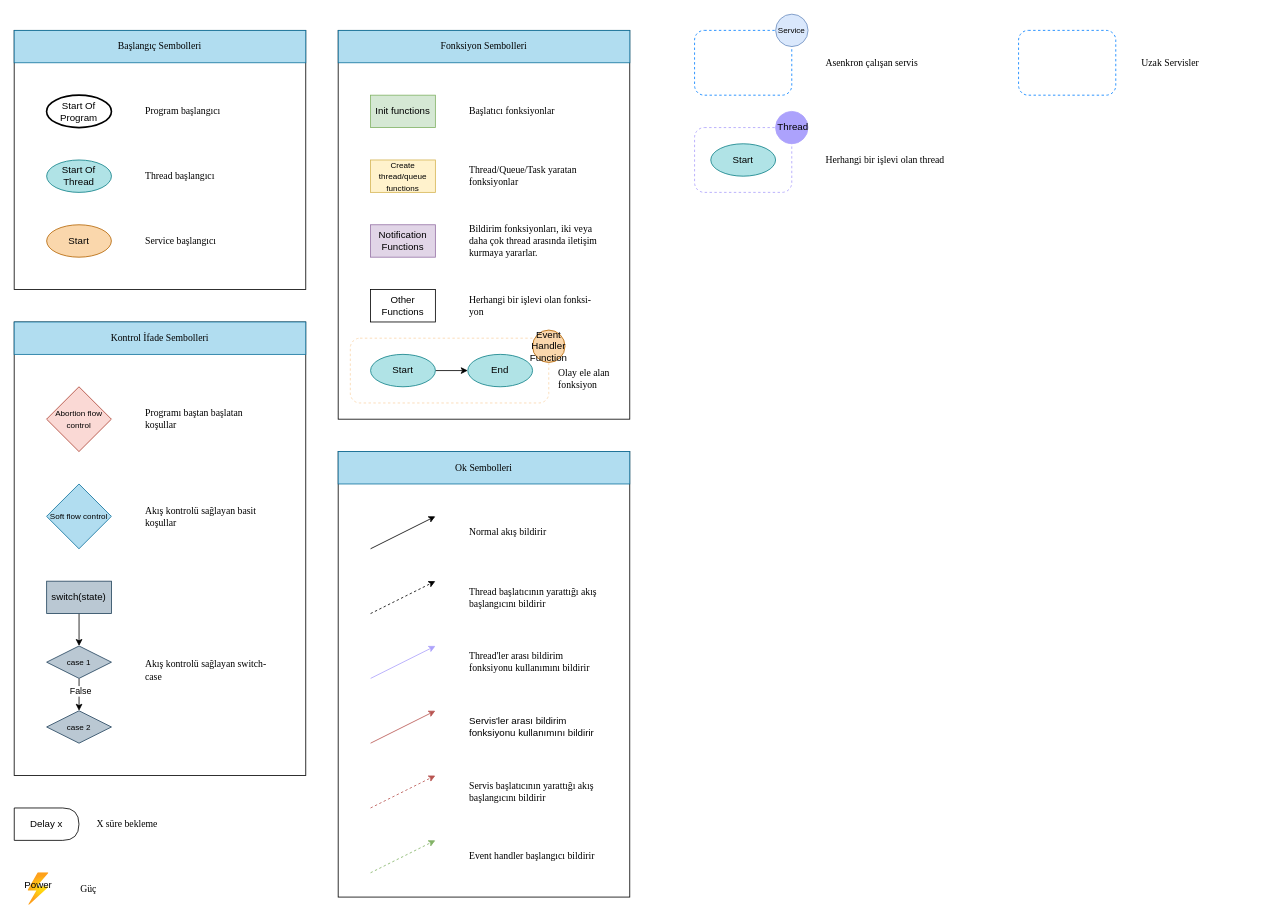
This is flow_chart_symbols.drawio from Mona-Roza/car_tracking, a draw.io file, before an edit. Source tidied: cells renumbered, new cells numbered last; positions are measured from the earlier drawing's top-left corner, leaving out a move shared by most shapes. Both pictures are drawn from the tidied source at 81%, with x=0, y=0 at pixel (14, 14).
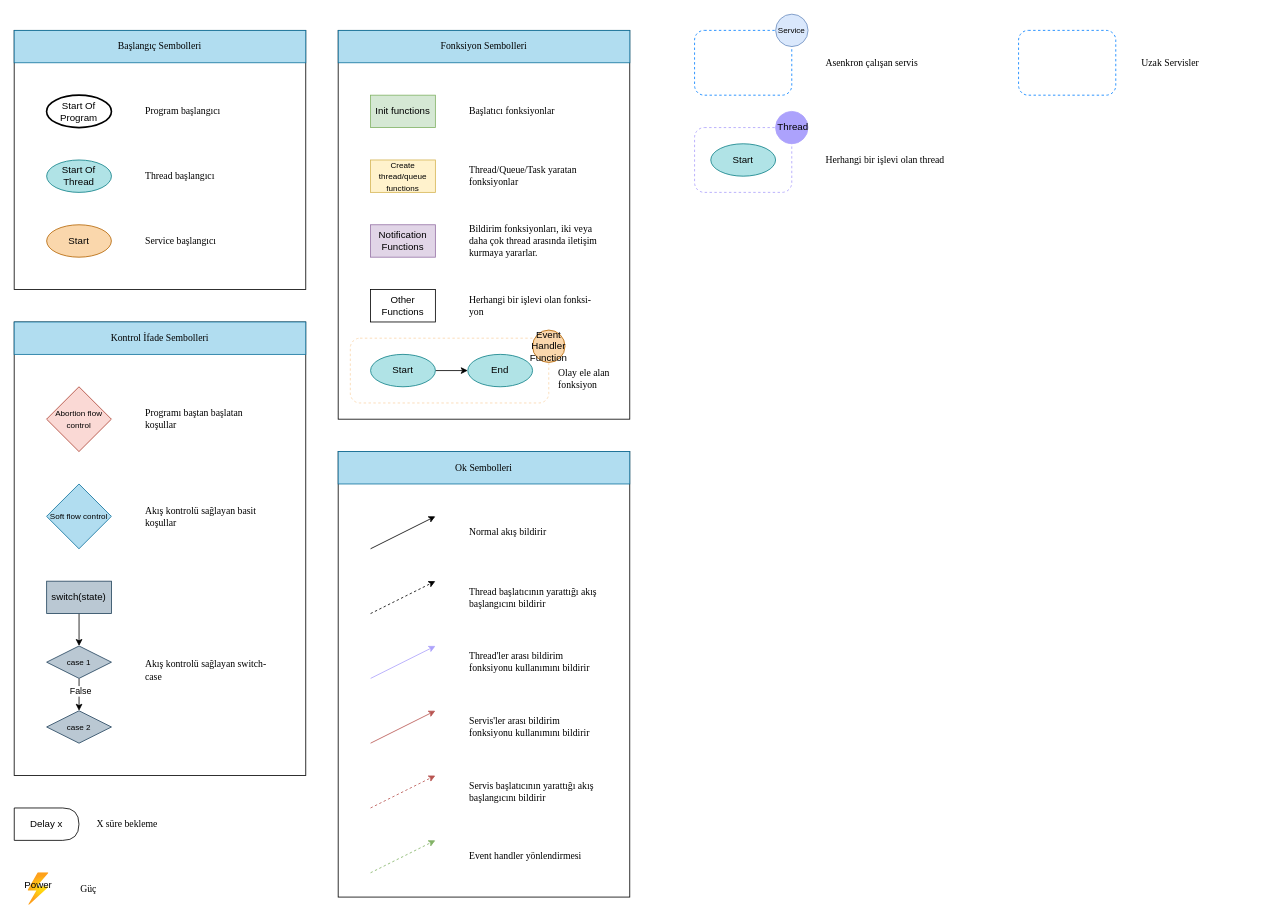
The same diagram, later.

Change to the diagram source:
```diff
@@
-    <mxCell id="50" value="Servis'ler arası bildirim fonksiyonu kullanımını bildirir" style="text;html=1;strokeColor=none;fillColor=none;align=left;verticalAlign=middle;whiteSpace=wrap;rounded=0;" parent="1" vertex="1">
+    <mxCell id="50" value="&lt;font face=&quot;Times New Roman&quot;&gt;Servis'ler arası bildirim fonksiyonu kullanımını bildirir&lt;/font&gt;" style="text;html=1;strokeColor=none;fillColor=none;align=left;verticalAlign=middle;whiteSpace=wrap;rounded=0;" parent="1" vertex="1">
       <mxGeometry x="560" y="860" width="160" height="40" as="geometry" />
     </mxCell>
@@
-    <mxCell id="66" value="&lt;font face=&quot;Times New Roman&quot;&gt;Event handler başlangıcı bildirir&lt;/font&gt;" style="text;html=1;strokeColor=none;fillColor=none;align=left;verticalAlign=middle;whiteSpace=wrap;rounded=0;" parent="1" vertex="1">
+    <mxCell id="66" value="&lt;font face=&quot;Times New Roman&quot;&gt;Event handler yönlendirmesi&lt;/font&gt;" style="text;html=1;strokeColor=none;fillColor=none;align=left;verticalAlign=middle;whiteSpace=wrap;rounded=0;" parent="1" vertex="1">
       <mxGeometry x="560" y="1020" width="160" height="40" as="geometry" />
     </mxCell>
```
